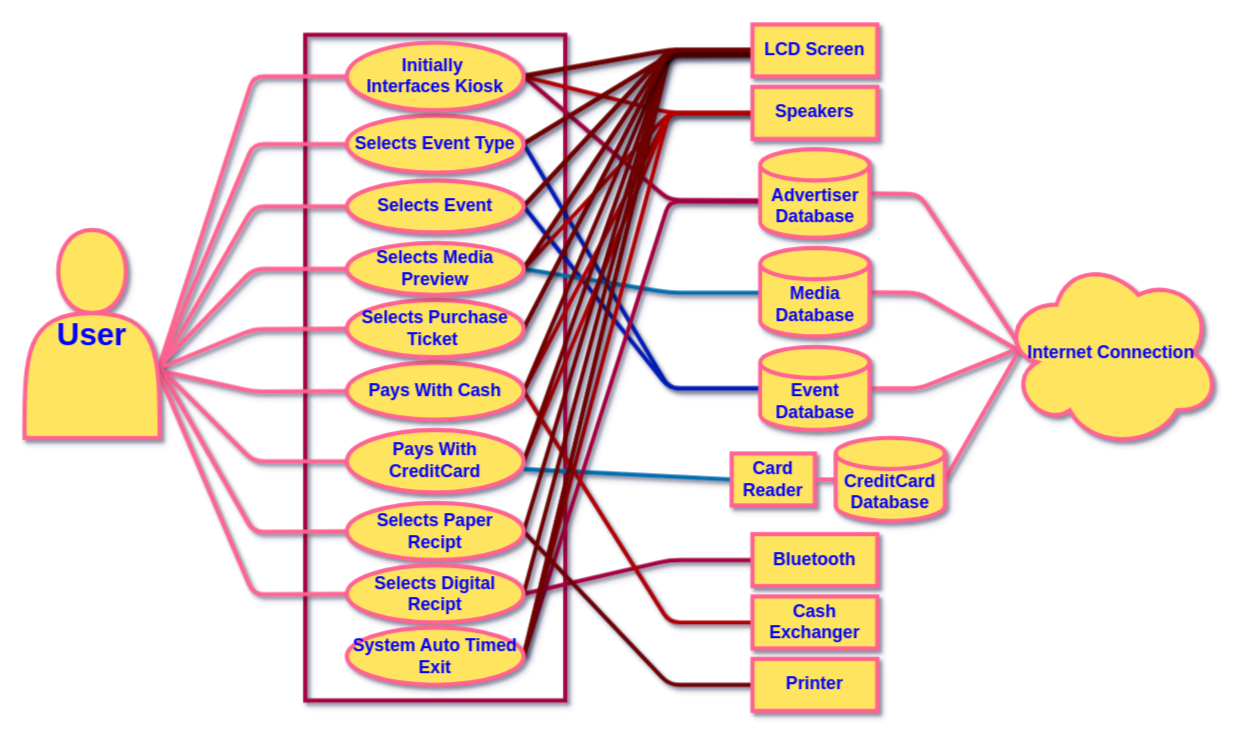
Before: CSC382-Software_Engineering/HW/HW2/hw2.1.drawio in casonk/university-coursework, a draw.io diagram. Source tidied: cells renumbered, new cells numbered last; positions are measured from the earlier drawing's top-left corner, leaving out a move shared by most shapes. Both pictures are drawn from the tidied source at 104%, with x=0, y=0 at pixel (24, 24).
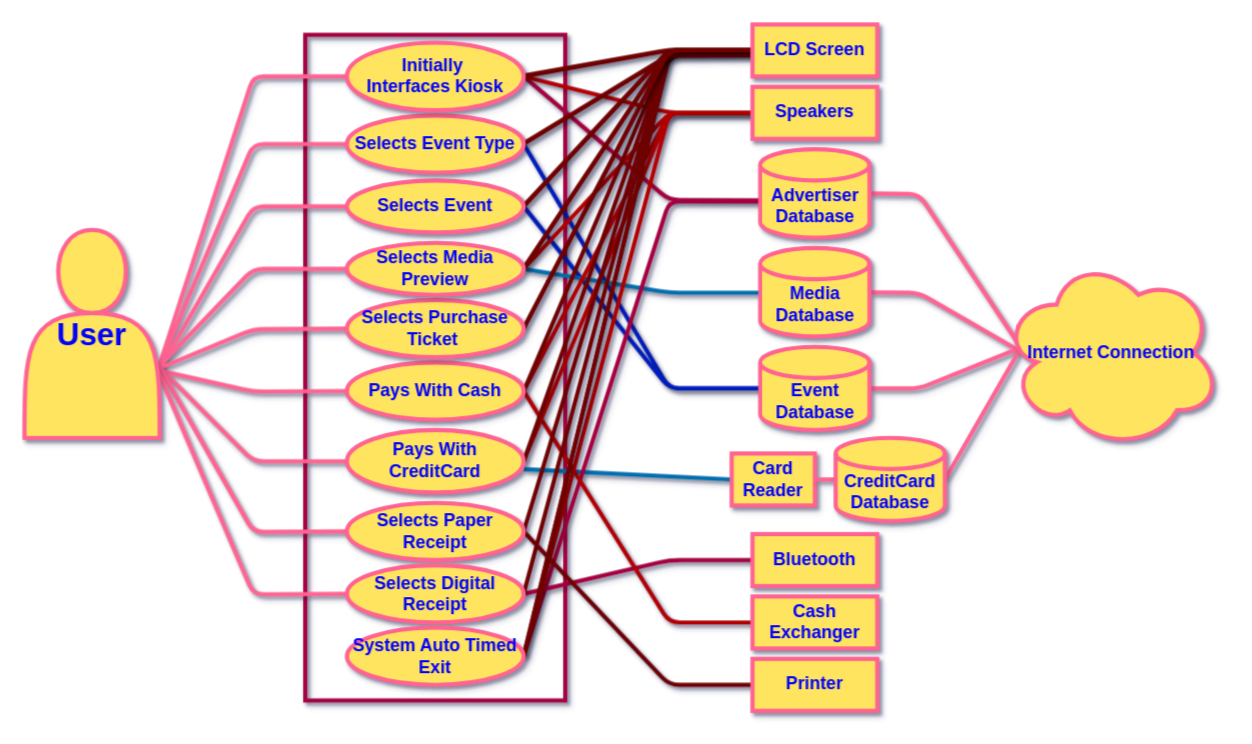
The same page after the edit.

The edit, as a diff of the source:
```diff
@@
-    <mxCell id="48" value="&lt;span&gt;Selects Paper Recipt&lt;/span&gt;" style="ellipse;whiteSpace=wrap;fillColor=#FFE45E;shadow=1;strokeColor=#FF6392;strokeWidth=4;html=1;labelBorderColor=none;labelBackgroundColor=none;align=center;fontSize=17;fontColor=#0000FF;fontStyle=1;" parent="1" vertex="1">
+    <mxCell id="48" value="&lt;span&gt;Selects Paper Receipt&lt;/span&gt;" style="ellipse;whiteSpace=wrap;fillColor=#FFE45E;shadow=1;strokeColor=#FF6392;strokeWidth=4;html=1;labelBorderColor=none;labelBackgroundColor=none;align=center;fontSize=17;fontColor=#0000FF;fontStyle=1;" parent="1" vertex="1">
       <mxGeometry x="310" y="460" width="170" height="55" as="geometry" />
     </mxCell>
-    <mxCell id="49" value="&lt;span&gt;Selects Digital Recipt&lt;/span&gt;" style="ellipse;whiteSpace=wrap;fillColor=#FFE45E;shadow=1;strokeColor=#FF6392;strokeWidth=4;html=1;labelBorderColor=none;labelBackgroundColor=none;align=center;fontSize=17;fontColor=#0000FF;fontStyle=1;" parent="1" vertex="1">
+    <mxCell id="49" value="&lt;span&gt;Selects Digital Receipt&lt;/span&gt;" style="ellipse;whiteSpace=wrap;fillColor=#FFE45E;shadow=1;strokeColor=#FF6392;strokeWidth=4;html=1;labelBorderColor=none;labelBackgroundColor=none;align=center;fontSize=17;fontColor=#0000FF;fontStyle=1;" parent="1" vertex="1">
       <mxGeometry x="310" y="520" width="170" height="55" as="geometry" />
     </mxCell>
```
